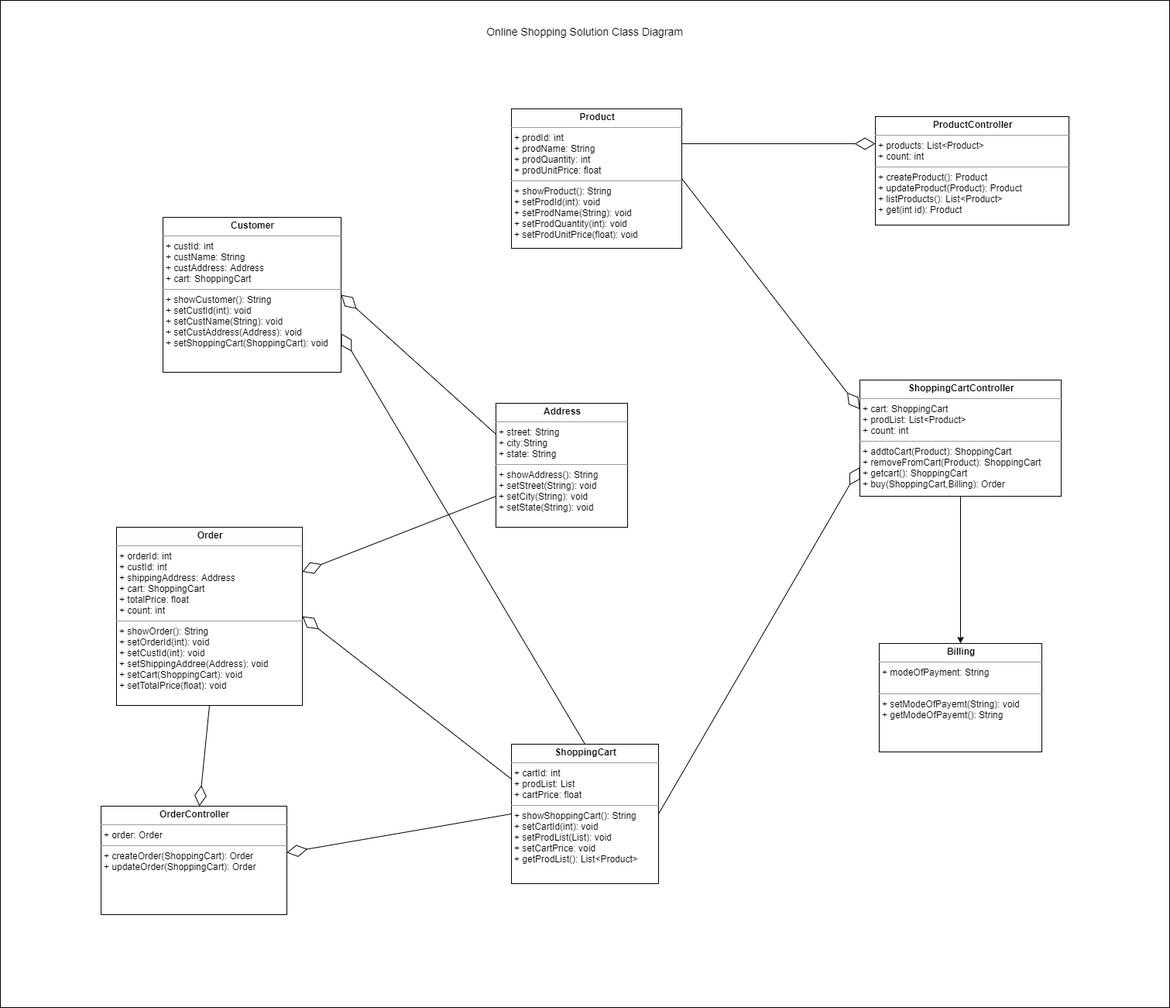
Earlier version of the draw.io export class_diagram_1.png (MayurNagarkar/ECommerce). Source tidied: cells renumbered, new cells last; positions are measured from the earlier drawing's top-left corner, leaving out a move shared by most shapes.
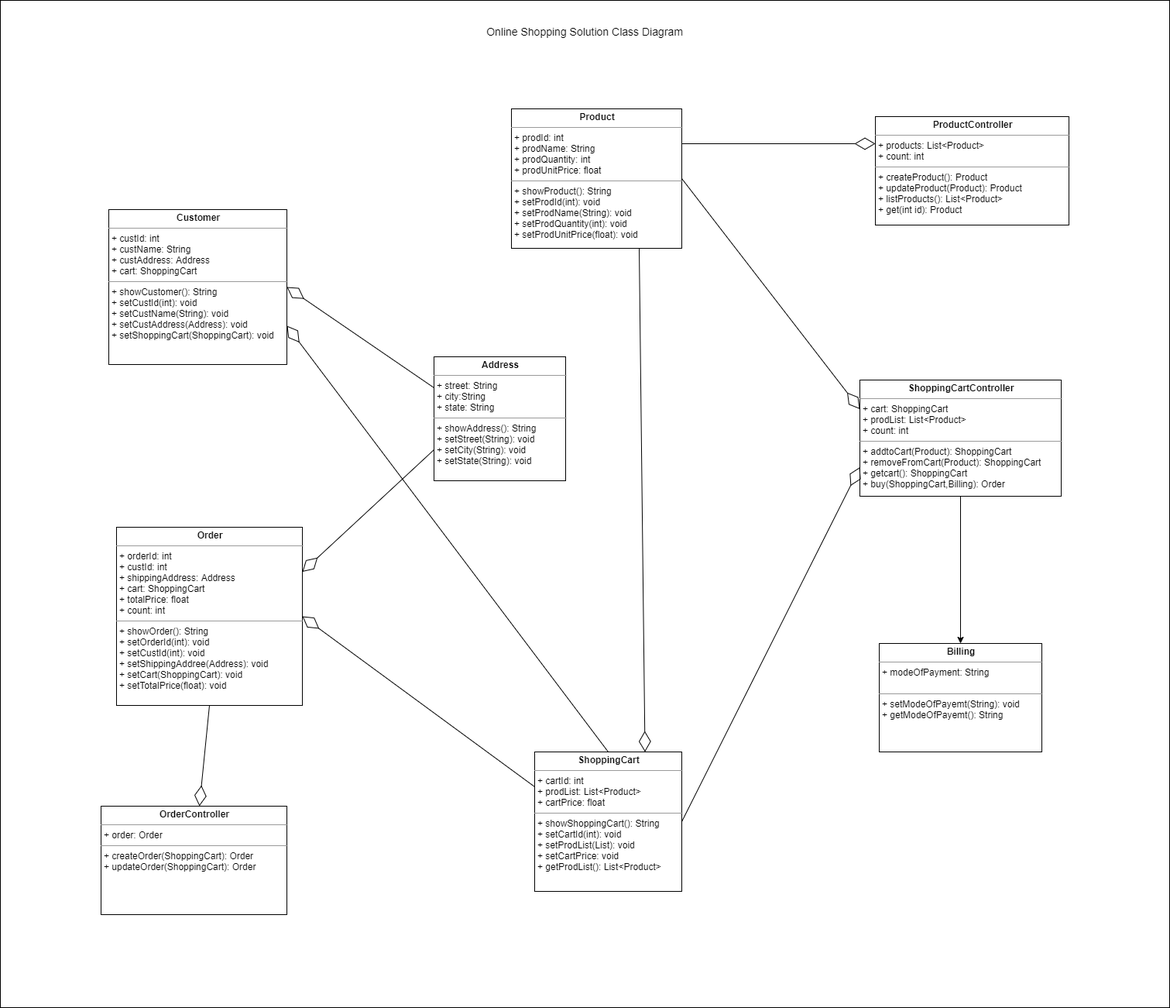
After the commit.

Commit message:
Online Shopping Application class diagram

The edit, as a diff of the source:
```diff
@@ -9,10 +9,10 @@
       <mxGeometry x="660" y="140" width="220" height="180" as="geometry" />
     </mxCell>
     <mxCell id="4" value="&lt;p style=&quot;margin: 0px ; margin-top: 4px ; text-align: center&quot;&gt;&lt;b&gt;Customer&lt;/b&gt;&lt;/p&gt;&lt;hr size=&quot;1&quot;&gt;&lt;p style=&quot;margin: 0px ; margin-left: 4px&quot;&gt;+ custId: int&lt;/p&gt;&lt;p style=&quot;margin: 0px ; margin-left: 4px&quot;&gt;+ custName: String&lt;/p&gt;&lt;p style=&quot;margin: 0px ; margin-left: 4px&quot;&gt;&lt;span&gt;+ custAddress: Address&lt;/span&gt;&lt;/p&gt;&lt;p style=&quot;margin: 0px ; margin-left: 4px&quot;&gt;&lt;span&gt;+ cart: ShoppingCart&lt;/span&gt;&lt;/p&gt;&lt;hr size=&quot;1&quot;&gt;&lt;p style=&quot;margin: 0px ; margin-left: 4px&quot;&gt;+ showCustomer(): String&lt;/p&gt;&lt;p style=&quot;margin: 0px ; margin-left: 4px&quot;&gt;+ setCustId(int): void&lt;/p&gt;&lt;p style=&quot;margin: 0px ; margin-left: 4px&quot;&gt;+ setCustName(String): void&lt;/p&gt;&lt;p style=&quot;margin: 0px ; margin-left: 4px&quot;&gt;&lt;span&gt;+ setCustAddress(Address): void&lt;/span&gt;&lt;/p&gt;&lt;p style=&quot;margin: 0px ; margin-left: 4px&quot;&gt;&lt;span&gt;+ setShoppingCart(ShoppingCart): void&lt;/span&gt;&lt;/p&gt;" style="verticalAlign=top;align=left;overflow=fill;fontSize=12;fontFamily=Helvetica;html=1;" parent="1" vertex="1">
-      <mxGeometry x="210" y="280" width="230" height="200" as="geometry" />
+      <mxGeometry x="140" y="270" width="230" height="200" as="geometry" />
     </mxCell>
-    <mxCell id="5" value="&lt;p style=&quot;margin: 4px 0px 0px ; text-align: center&quot;&gt;&lt;b&gt;ShoppingCart&lt;/b&gt;&lt;/p&gt;&lt;hr size=&quot;1&quot;&gt;&lt;p style=&quot;margin: 0px 0px 0px 4px&quot;&gt;+ cartId: int&lt;/p&gt;&lt;p style=&quot;margin: 0px 0px 0px 4px&quot;&gt;+ prodList: List&lt;/p&gt;&lt;p style=&quot;margin: 0px 0px 0px 4px&quot;&gt;+ cartPrice: float&lt;/p&gt;&lt;hr size=&quot;1&quot;&gt;&lt;p style=&quot;margin: 0px 0px 0px 4px&quot;&gt;+ showShoppingCart(): String&lt;/p&gt;&lt;p style=&quot;margin: 0px 0px 0px 4px&quot;&gt;+ setCartId(int): void&lt;/p&gt;&lt;p style=&quot;margin: 0px 0px 0px 4px&quot;&gt;+ setProdList(List): void&lt;/p&gt;&lt;p style=&quot;margin: 0px 0px 0px 4px&quot;&gt;+ setCartPrice: void&lt;/p&gt;&lt;p style=&quot;margin: 0px 0px 0px 4px&quot;&gt;+&amp;nbsp;getProdList():&amp;nbsp;List&amp;lt;Product&amp;gt;&lt;/p&gt;" style="verticalAlign=top;align=left;overflow=fill;fontSize=12;fontFamily=Helvetica;html=1;" parent="1" vertex="1">
-      <mxGeometry x="660" y="960" width="190" height="180" as="geometry" />
+    <mxCell id="5" value="&lt;p style=&quot;margin: 4px 0px 0px ; text-align: center&quot;&gt;&lt;b&gt;ShoppingCart&lt;/b&gt;&lt;/p&gt;&lt;hr size=&quot;1&quot;&gt;&lt;p style=&quot;margin: 0px 0px 0px 4px&quot;&gt;+ cartId: int&lt;/p&gt;&lt;p style=&quot;margin: 0px 0px 0px 4px&quot;&gt;+ prodList: List&amp;lt;Product&amp;gt;&lt;/p&gt;&lt;p style=&quot;margin: 0px 0px 0px 4px&quot;&gt;+ cartPrice: float&lt;/p&gt;&lt;hr size=&quot;1&quot;&gt;&lt;p style=&quot;margin: 0px 0px 0px 4px&quot;&gt;+ showShoppingCart(): String&lt;/p&gt;&lt;p style=&quot;margin: 0px 0px 0px 4px&quot;&gt;+ setCartId(int): void&lt;/p&gt;&lt;p style=&quot;margin: 0px 0px 0px 4px&quot;&gt;+ setProdList(List): void&lt;/p&gt;&lt;p style=&quot;margin: 0px 0px 0px 4px&quot;&gt;+ setCartPrice: void&lt;/p&gt;&lt;p style=&quot;margin: 0px 0px 0px 4px&quot;&gt;+&amp;nbsp;getProdList():&amp;nbsp;List&amp;lt;Product&amp;gt;&lt;/p&gt;" style="verticalAlign=top;align=left;overflow=fill;fontSize=12;fontFamily=Helvetica;html=1;" parent="1" vertex="1">
+      <mxGeometry x="690" y="970" width="190" height="180" as="geometry" />
     </mxCell>
     <mxCell id="6" value="&lt;p style=&quot;margin: 4px 0px 0px ; text-align: center&quot;&gt;&lt;b&gt;ProductController&lt;/b&gt;&lt;/p&gt;&lt;hr size=&quot;1&quot;&gt;&lt;p style=&quot;margin: 0px 0px 0px 4px&quot;&gt;+ products: List&amp;lt;Product&amp;gt;&lt;br&gt;&lt;/p&gt;&lt;p style=&quot;margin: 0px 0px 0px 4px&quot;&gt;+ count: int&lt;/p&gt;&lt;hr size=&quot;1&quot;&gt;&lt;p style=&quot;margin: 0px 0px 0px 4px&quot;&gt;&lt;span&gt;+ createProduct(): Product&lt;/span&gt;&lt;br&gt;&lt;/p&gt;&lt;p style=&quot;margin: 0px 0px 0px 4px&quot;&gt;&lt;span&gt;&lt;/span&gt;+ updateProduct(Product): Product&lt;/p&gt;&lt;p style=&quot;margin: 0px 0px 0px 4px&quot;&gt;+ listProducts(): List&amp;lt;Product&amp;gt;&lt;/p&gt;&lt;p style=&quot;margin: 0px 0px 0px 4px&quot;&gt;&lt;span&gt;&lt;/span&gt;+ get(int id): Product&lt;/p&gt;" style="verticalAlign=top;align=left;overflow=fill;fontSize=12;fontFamily=Helvetica;html=1;" parent="1" vertex="1">
       <mxGeometry x="1130" y="150" width="250" height="140" as="geometry" />
@@ -38,11 +38,6 @@
     <mxCell id="13" style="endArrow=diamondThin;endFill=0;endSize=24;html=1;exitX=1;exitY=0.5;exitDx=0;exitDy=0;entryX=0;entryY=0.25;entryDx=0;entryDy=0;" parent="1" edge="1" source="3" target="7">
       <mxGeometry relative="1" as="geometry" />
     </mxCell>
-    <mxCell id="14" style="endArrow=diamondThin;endFill=0;endSize=24;html=1;exitX=0;exitY=0.5;exitDx=0;exitDy=0;" parent="1" edge="1" source="5">
-      <mxGeometry relative="1" as="geometry">
-        <mxPoint x="370" y="1100" as="targetPoint" />
-      </mxGeometry>
-    </mxCell>
     <mxCell id="15" style="endArrow=diamondThin;endFill=0;endSize=24;html=1;exitX=0;exitY=0.75;exitDx=0;exitDy=0;entryX=1;entryY=0.25;entryDx=0;entryDy=0;" parent="1" edge="1" source="18" target="8">
       <mxGeometry relative="1" as="geometry" />
     </mxCell>
@@ -53,7 +48,7 @@
       <mxGeometry relative="1" as="geometry" />
     </mxCell>
     <mxCell id="18" value="&lt;p style=&quot;margin: 0px ; margin-top: 4px ; text-align: center&quot;&gt;&lt;b&gt;Address&lt;/b&gt;&lt;/p&gt;&lt;hr size=&quot;1&quot;&gt;&lt;p style=&quot;margin: 0px ; margin-left: 4px&quot;&gt;+ street: String&lt;/p&gt;&lt;p style=&quot;margin: 0px ; margin-left: 4px&quot;&gt;+ city:String&lt;/p&gt;&lt;p style=&quot;margin: 0px ; margin-left: 4px&quot;&gt;+ state: String&lt;br&gt;&lt;/p&gt;&lt;hr size=&quot;1&quot;&gt;&lt;p style=&quot;margin: 0px ; margin-left: 4px&quot;&gt;&lt;span&gt;+ showAddress(): String&lt;/span&gt;&lt;/p&gt;&lt;p style=&quot;margin: 0px ; margin-left: 4px&quot;&gt;&lt;span&gt;+ setStreet(String): void&lt;/span&gt;&lt;br&gt;&lt;/p&gt;&lt;p style=&quot;margin: 0px ; margin-left: 4px&quot;&gt;+ setCity(String): void&lt;/p&gt;&lt;p style=&quot;margin: 0px ; margin-left: 4px&quot;&gt;+ setState(String): void&lt;/p&gt;" style="verticalAlign=top;align=left;overflow=fill;fontSize=12;fontFamily=Helvetica;html=1;" parent="1" vertex="1">
-      <mxGeometry x="640" y="520" width="170" height="160" as="geometry" />
+      <mxGeometry x="560" y="460" width="170" height="160" as="geometry" />
     </mxCell>
     <mxCell id="19" style="endArrow=diamondThin;endFill=0;endSize=24;html=1;exitX=0.5;exitY=1;exitDx=0;exitDy=0;" parent="1" edge="1" source="8" target="9">
       <mxGeometry relative="1" as="geometry" />
@@ -67,5 +62,8 @@
     <mxCell id="22" style="endArrow=classic;html=1;exitX=0.5;exitY=1;exitDx=0;exitDy=0;entryX=0.5;entryY=0;entryDx=0;entryDy=0;" parent="1" edge="1" source="7" target="10">
       <mxGeometry relative="1" as="geometry" />
     </mxCell>
+    <mxCell id="23" style="endArrow=diamondThin;endFill=0;endSize=24;html=1;entryX=0.75;entryY=0;entryDx=0;entryDy=0;exitX=0.75;exitY=1;exitDx=0;exitDy=0;" parent="1" edge="1" source="3" target="5">
+      <mxGeometry relative="1" as="geometry" />
+    </mxCell>
   </root>
 </mxGraphModel>
```
